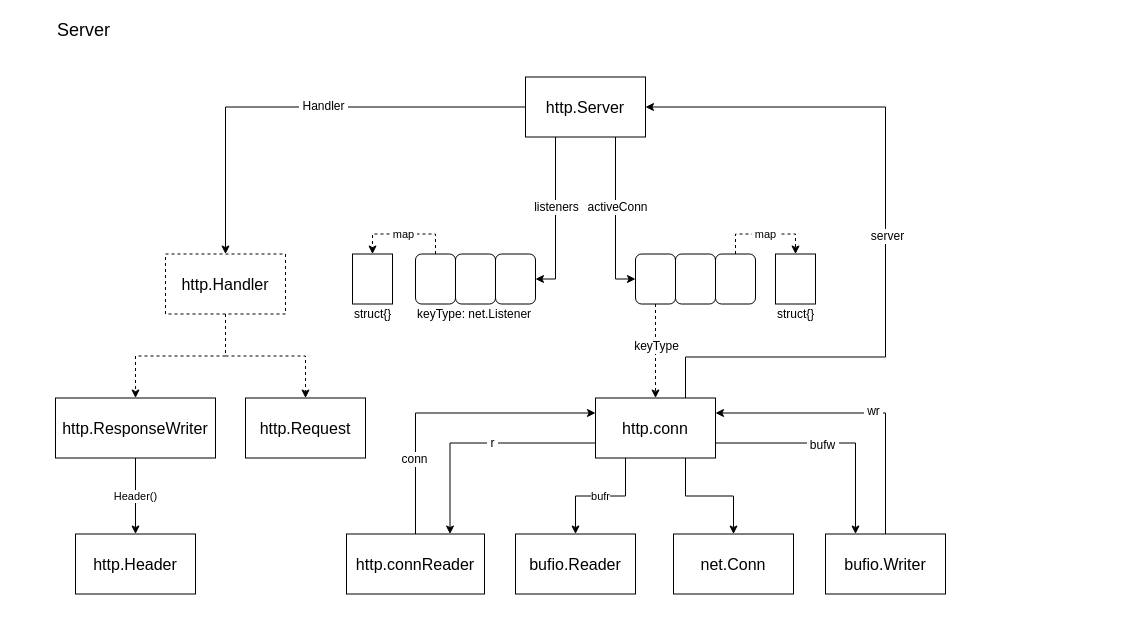
oiar/assets keeps this draw.io diagram as page "Server" (1 of 5) of go-net.drawio. Above is the earlier version. Source tidied: cells renumbered, new cells numbered last; positions are measured from the earlier drawing's top-left corner, leaving out a move shared by most shapes. Both pictures are drawn from the tidied source at 100%, with x=0, y=0 at pixel (55, 16).
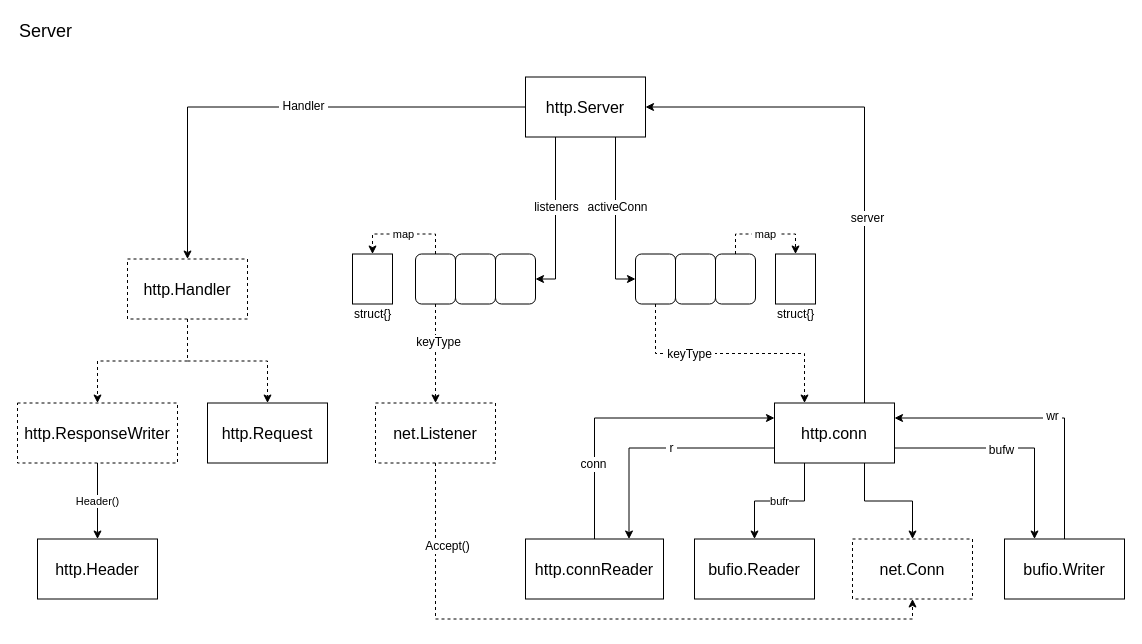
The same page after the edit.

The change refers to these unchanged cells:
```xml
<mxCell id="16" value="&lt;font style=&quot;font-size: 16px&quot;&gt;http.Server&lt;/font&gt;" style="rounded=0;whiteSpace=wrap;html=1;" parent="1" vertex="1">
  <mxGeometry x="470" y="60.5" width="120" height="60" as="geometry" />
</mxCell>
<mxCell id="18" style="rounded=1;whiteSpace=wrap;html=1;" parent="1" vertex="1">
  <mxGeometry x="360" y="237.5" width="40" height="50" as="geometry" />
</mxCell>
<mxCell id="26" style="rounded=1;whiteSpace=wrap;html=1;" parent="1" vertex="1">
  <mxGeometry x="580" y="237.5" width="40" height="50" as="geometry" />
</mxCell>
```

Change to the diagram source:
```diff
@@
     <mxCell id="4" value="&lt;font style=&quot;font-size: 16px&quot;&gt;http.Handler&lt;/font&gt;" style="rounded=0;whiteSpace=wrap;html=1;dashed=1;" parent="1" vertex="1">
-      <mxGeometry x="110" y="237.5" width="120" height="60" as="geometry" />
+      <mxGeometry x="72" y="242.5" width="120" height="60" as="geometry" />
     </mxCell>
     <mxCell id="5" value="&lt;font style=&quot;font-size: 18px&quot;&gt;Server&lt;/font&gt;" style="text;html=1;align=left;verticalAlign=top;spacingTop=-4;" parent="1" vertex="1">
-      <mxGeometry y="0.5" width="70" height="20" as="geometry" />
+      <mxGeometry x="-38" y="2" width="70" height="20" as="geometry" />
     </mxCell>
     <mxCell id="6" value="&lt;font style=&quot;font-size: 16px&quot;&gt;http.Request&lt;/font&gt;" style="rounded=0;whiteSpace=wrap;html=1;" parent="1" vertex="1">
-      <mxGeometry x="190" y="381.5" width="120" height="60" as="geometry" />
+      <mxGeometry x="152" y="386.5" width="120" height="60" as="geometry" />
     </mxCell>
@@
-    <mxCell id="8" value="&lt;font style=&quot;font-size: 16px&quot;&gt;http.ResponseWriter&lt;/font&gt;" style="rounded=0;whiteSpace=wrap;html=1;" parent="1" vertex="1">
-      <mxGeometry y="381.5" width="160" height="60" as="geometry" />
+    <mxCell id="8" value="&lt;font style=&quot;font-size: 16px&quot;&gt;http.ResponseWriter&lt;/font&gt;" style="rounded=0;whiteSpace=wrap;html=1;dashed=1;" parent="1" vertex="1">
+      <mxGeometry x="-38" y="386.5" width="160" height="60" as="geometry" />
     </mxCell>
     <mxCell id="9" value="&lt;font style=&quot;font-size: 16px&quot;&gt;http.Header&lt;/font&gt;" style="rounded=0;whiteSpace=wrap;html=1;" parent="1" vertex="1">
-      <mxGeometry x="20" y="517.5" width="120" height="60" as="geometry" />
+      <mxGeometry x="-18" y="522.5" width="120" height="60" as="geometry" />
     </mxCell>
@@
+    <mxCell id="49" style="edgeStyle=orthogonalEdgeStyle;rounded=0;jettySize=auto;html=1;exitX=0.5;exitY=1;exitDx=0;exitDy=0;entryX=0.5;entryY=0;entryDx=0;entryDy=0;dashed=1;" parent="1" edge="1" source="18" target="53">
+      <mxGeometry relative="1" as="geometry" />
+    </mxCell>
+    <mxCell id="50" value="&amp;nbsp;keyType&amp;nbsp;" style="text;html=1;align=center;verticalAlign=middle;labelBackgroundColor=#ffffff;" parent="49" vertex="1">
+      <mxGeometry x="-0.23" y="2" relative="1" as="geometry" />
+    </mxCell>
@@
-    <mxCell id="22" value="keyType: net.Listener" style="text;html=1;align=left;verticalAlign=top;spacingTop=-4;" parent="1" vertex="1">
-      <mxGeometry x="360" y="287.5" width="130" height="20" as="geometry" />
-    </mxCell>
@@
-    <mxCell id="24" style="edgeStyle=orthogonalEdgeStyle;rounded=0;jettySize=auto;html=1;exitX=0.5;exitY=1;exitDx=0;exitDy=0;dashed=1;entryX=0.5;entryY=0;entryDx=0;entryDy=0;" parent="1" edge="1" source="26" target="42">
+    <mxCell id="24" style="edgeStyle=orthogonalEdgeStyle;rounded=0;jettySize=auto;html=1;exitX=0.5;exitY=1;exitDx=0;exitDy=0;dashed=1;entryX=0.25;entryY=0;entryDx=0;entryDy=0;" parent="1" edge="1" source="26" target="42">
       <mxGeometry relative="1" as="geometry" />
     </mxCell>
@@
     <mxCell id="40" style="edgeStyle=orthogonalEdgeStyle;rounded=0;jettySize=auto;html=1;exitX=0.75;exitY=0;exitDx=0;exitDy=0;entryX=1;entryY=0.5;entryDx=0;entryDy=0;" parent="1" edge="1" source="42" target="16">
-      <mxGeometry relative="1" as="geometry">
-        <Array as="points">
-          <mxPoint x="630" y="340.5" />
-          <mxPoint x="830" y="340.5" />
-          <mxPoint x="830" y="90.5" />
-        </Array>
-      </mxGeometry>
+      <mxGeometry relative="1" as="geometry" />
     </mxCell>
     <mxCell id="41" value="server" style="text;html=1;align=center;verticalAlign=middle;labelBackgroundColor=#ffffff;" parent="40" vertex="1">
-      <mxGeometry x="-0.01" y="-1" relative="1" as="geometry" />
+      <mxGeometry x="-0.28" y="-2" relative="1" as="geometry" />
     </mxCell>
     <mxCell id="42" value="&lt;font style=&quot;font-size: 16px&quot;&gt;http.conn&lt;/font&gt;" style="rounded=0;whiteSpace=wrap;html=1;" parent="1" vertex="1">
-      <mxGeometry x="540" y="381.5" width="120" height="60" as="geometry" />
+      <mxGeometry x="719" y="386.5" width="120" height="60" as="geometry" />
     </mxCell>
     <mxCell id="43" value="&lt;font style=&quot;font-size: 16px&quot;&gt;bufio.Reader&lt;/font&gt;" style="rounded=0;whiteSpace=wrap;html=1;" parent="1" vertex="1">
-      <mxGeometry x="460" y="517.5" width="120" height="60" as="geometry" />
+      <mxGeometry x="639" y="522.5" width="120" height="60" as="geometry" />
     </mxCell>
-    <mxCell id="44" value="&lt;font style=&quot;font-size: 16px&quot;&gt;net.Conn&lt;/font&gt;" style="rounded=0;whiteSpace=wrap;html=1;" parent="1" vertex="1">
-      <mxGeometry x="618" y="517.5" width="120" height="60" as="geometry" />
+    <mxCell id="44" value="&lt;font style=&quot;font-size: 16px&quot;&gt;net.Conn&lt;/font&gt;" style="rounded=0;whiteSpace=wrap;html=1;dashed=1;" parent="1" vertex="1">
+      <mxGeometry x="797" y="522.5" width="120" height="60" as="geometry" />
     </mxCell>
@@
     <mxCell id="47" value="&lt;font style=&quot;font-size: 16px&quot;&gt;http.connReader&lt;/font&gt;" style="rounded=0;whiteSpace=wrap;html=1;" parent="1" vertex="1">
-      <mxGeometry x="291" y="517.5" width="138" height="60" as="geometry" />
+      <mxGeometry x="470" y="522.5" width="138" height="60" as="geometry" />
     </mxCell>
     <mxCell id="48" value="&lt;font style=&quot;font-size: 16px&quot;&gt;bufio.Writer&lt;/font&gt;" style="rounded=0;whiteSpace=wrap;html=1;" parent="1" vertex="1">
-      <mxGeometry x="770" y="517.5" width="120" height="60" as="geometry" />
+      <mxGeometry x="949" y="522.5" width="120" height="60" as="geometry" />
     </mxCell>
+    <mxCell id="51" style="edgeStyle=orthogonalEdgeStyle;rounded=0;jettySize=auto;html=1;exitX=0.5;exitY=1;exitDx=0;exitDy=0;entryX=0.5;entryY=1;entryDx=0;entryDy=0;dashed=1;" parent="1" edge="1" source="53" target="44">
+      <mxGeometry relative="1" as="geometry" />
+    </mxCell>
+    <mxCell id="52" value="&amp;nbsp;Accept()&amp;nbsp;" style="text;html=1;align=center;verticalAlign=middle;labelBackgroundColor=#ffffff;" parent="51" vertex="1">
+      <mxGeometry x="-0.49" y="73" relative="1" as="geometry" />
+    </mxCell>
+    <mxCell id="53" value="&lt;font style=&quot;font-size: 16px&quot;&gt;net.Listener&lt;/font&gt;" style="rounded=0;whiteSpace=wrap;html=1;dashed=1;" parent="1" vertex="1">
+      <mxGeometry x="320" y="386.5" width="120" height="60" as="geometry" />
+    </mxCell>
```
